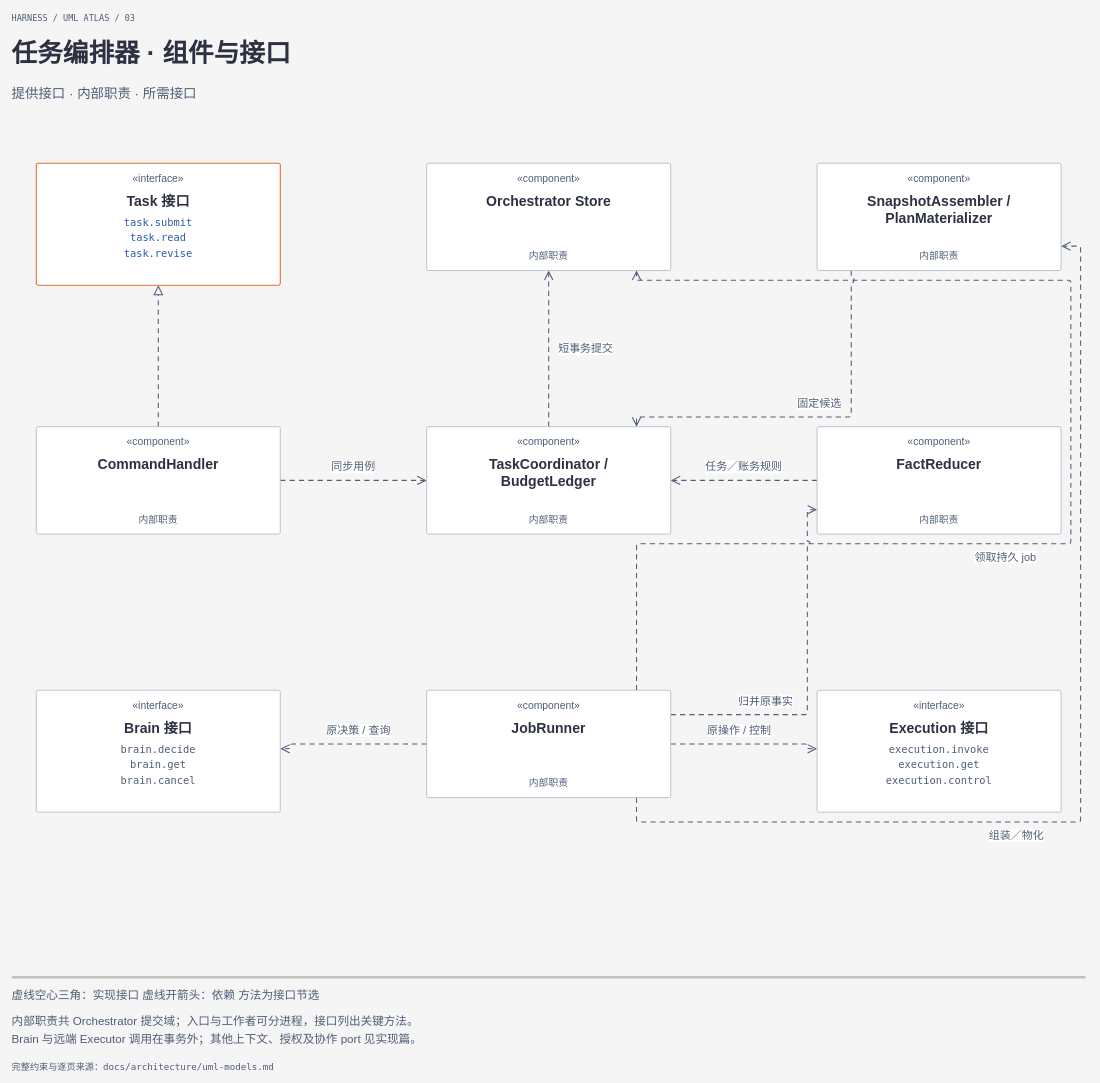
Before: page "03 任务编排器 · 组件与接口" (3 of 20) of docs/architecture/diagrams/uml-models.drawio in ruipengliu/lerna, a draw.io diagram. Source tidied: cells renumbered, new cells numbered last; positions are measured from the earlier drawing's top-left corner, leaving out a move shared by most shapes. Both pictures are drawn from the tidied source at 61%, with x=0, y=0 at pixel (12, 10).
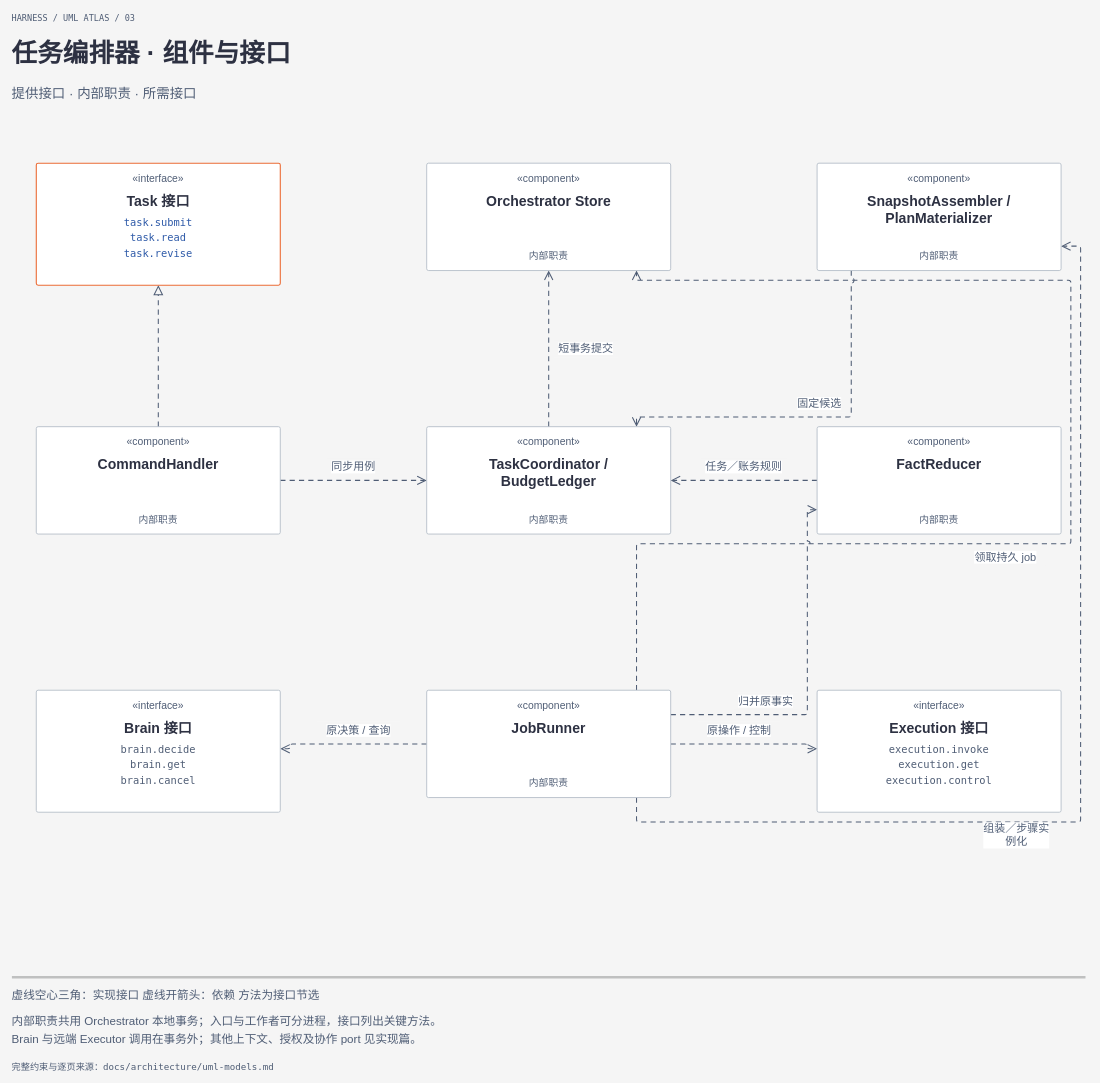
Above is the later version.

The change refers to these unchanged cells:
```xml
<mxCell id="11" style="edgeStyle=orthogonalEdgeStyle;rounded=1;arcSize=8;jettySize=0;html=0;strokeColor=#4f5d75;strokeWidth=1.7;endArrow=open;endFill=0;endSize=12;jumpStyle=arc;jumpSize=8;exitX=0.86;exitY=1.0;exitPerimeter=0;entryX=1.0;entryY=0.7727272727272727;entryPerimeter=0;dashed=1;dashPattern=5 4;" parent="1" edge="1" source="38" target="42">
  <mxGeometry relative="1" as="geometry">
    <Array as="points">
      <mxPoint x="1024" y="1330" />
      <mxPoint x="1752" y="1330" />
      <mxPoint x="1752" y="386" />
    </Array>
  </mxGeometry>
</mxCell>
```

Diff of the diagram source:
```diff
@@
-    <mxCell id="21" value="组装／物化" style="edgeLabel;html=0;whiteSpace=wrap;fillColor=#f5f5f5;strokeColor=none;fontFamily=Geist, PingFang SC, Microsoft YaHei;fontSize=18;fontColor=#4f5d75;align=center;verticalAlign=middle;spacing=0;" parent="11" vertex="1">
+    <mxCell id="21" value="组装／步骤实例化" style="edgeLabel;html=0;whiteSpace=wrap;fillColor=#f5f5f5;strokeColor=none;fontFamily=Geist, PingFang SC, Microsoft YaHei;fontSize=18;fontColor=#4f5d75;align=center;verticalAlign=middle;spacing=0;" parent="11" vertex="1">
       <mxGeometry x="-0.24" width="106" height="28" relative="1" as="geometry">
         <mxPoint x="-53" y="8" as="offset" />
       </mxGeometry>
     </mxCell>
@@
-    <mxCell id="68" value="内部职责共 Orchestrator 提交域；入口与工作者可分进程，接口列出关键方法。" style="text;html=0;whiteSpace=wrap;overflow=hidden;strokeColor=none;fillColor=none;align=left;verticalAlign=middle;spacing=0;fontFamily=Geist, PingFang SC, Microsoft YaHei;fontSize=19;fontColor=#4f5d75;fontStyle=0;" parent="1" vertex="1">
+    <mxCell id="68" value="内部职责共用 Orchestrator 本地事务；入口与工作者可分进程，接口列出关键方法。" style="text;html=0;whiteSpace=wrap;overflow=hidden;strokeColor=none;fillColor=none;align=left;verticalAlign=middle;spacing=0;fontFamily=Geist, PingFang SC, Microsoft YaHei;fontSize=19;fontColor=#4f5d75;fontStyle=0;" parent="1" vertex="1">
       <mxGeometry y="1643" width="1760" height="28" as="geometry" />
     </mxCell>
```
